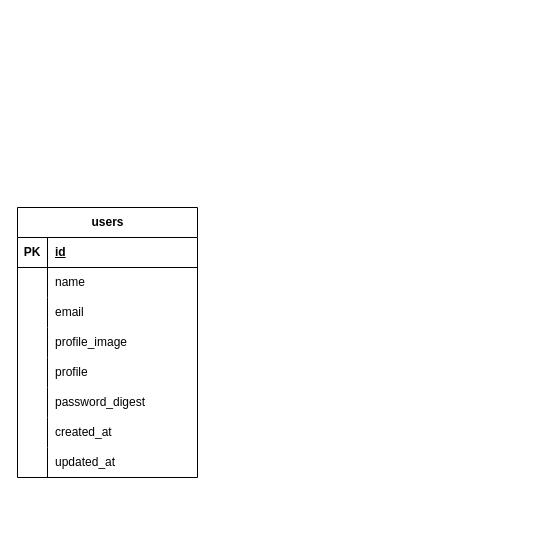
Before: ユーザー登録機能のテーブル設計.drawio in terananay/ER-, a draw.io diagram. Source tidied: cells renumbered, new cells numbered last; positions are measured from the earlier drawing's top-left corner, leaving out a move shared by most shapes. Both pictures are drawn from the tidied source at 100%, with x=0, y=0 at pixel (17, 207).
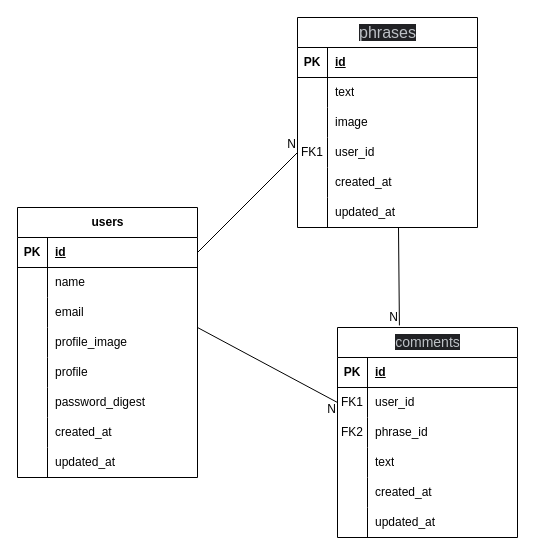
The same page after the edit.

Commit message (it also covers changes not shown here):
ユーザー登録機能のテーブル設計.drawio を更新します

Unchanged cells that the change refers to:
```xml
<mxCell id="4" style="shape=tableRow;horizontal=0;startSize=0;swimlaneHead=0;swimlaneBody=0;fillColor=none;points=[[0,0.5],[1,0.5]];portConstraint=eastwest;top=0;left=0;right=0;bottom=1;" parent="3" vertex="1">
  <mxGeometry y="30" width="180" height="30" as="geometry" />
</mxCell>
```

Diff of the diagram source:
```diff
@@
+    <mxCell id="28" parent="0" />
+    <mxCell id="29" value="&lt;span style=&quot;color: rgb(189, 193, 198); font-family: &amp;quot;Google Sans&amp;quot;, arial, sans-serif; font-size: 16px; font-style: normal; font-variant-ligatures: normal; font-variant-caps: normal; font-weight: 400; letter-spacing: normal; orphans: 2; text-align: start; text-indent: 0px; text-transform: none; widows: 2; word-spacing: 0px; -webkit-text-stroke-width: 0px; background-color: rgb(32, 33, 36); text-decoration-thickness: initial; text-decoration-style: initial; text-decoration-color: initial; float: none; display: inline !important;&quot;&gt;phrases&lt;/span&gt;" style="shape=table;startSize=30;childLayout=tableLayout;rowLines=0;fontStyle=1;align=center;html=1;" parent="28" vertex="1">
+      <mxGeometry x="280" y="-190" width="180" height="210" as="geometry" />
+    </mxCell>
+    <mxCell id="30" style="shape=tableRow;horizontal=0;startSize=0;swimlaneHead=0;swimlaneBody=0;fillColor=none;top=0;left=0;right=0;bottom=1;" parent="29" vertex="1">
+      <mxGeometry y="30" width="180" height="30" as="geometry" />
+    </mxCell>
+    <mxCell id="31" value="PK" style="shape=partialRectangle;fillColor=none;top=0;left=0;bottom=0;right=0;fontStyle=1;overflow=hidden;whiteSpace=wrap;html=1;" parent="30" vertex="1">
+      <mxGeometry width="30" height="30" as="geometry" />
+    </mxCell>
+    <mxCell id="32" value="id" style="shape=partialRectangle;fillColor=none;top=0;left=0;bottom=0;right=0;align=left;spacingLeft=6;fontStyle=5;overflow=hidden;whiteSpace=wrap;html=1;" parent="30" vertex="1">
+      <mxGeometry x="30" width="150" height="30" as="geometry" />
+    </mxCell>
+    <mxCell id="33" style="shape=tableRow;horizontal=0;startSize=0;swimlaneHead=0;swimlaneBody=0;fillColor=none;top=0;left=0;right=0;bottom=0;" parent="29" vertex="1">
+      <mxGeometry y="60" width="180" height="30" as="geometry" />
+    </mxCell>
+    <mxCell id="34" style="shape=partialRectangle;fillColor=none;top=0;left=0;bottom=0;right=0;overflow=hidden;whiteSpace=wrap;html=1;" parent="33" vertex="1">
+      <mxGeometry width="30" height="30" as="geometry" />
+    </mxCell>
+    <mxCell id="35" value="text" style="shape=partialRectangle;fillColor=none;top=0;left=0;bottom=0;right=0;align=left;spacingLeft=6;overflow=hidden;whiteSpace=wrap;html=1;" parent="33" vertex="1">
+      <mxGeometry x="30" width="150" height="30" as="geometry" />
+    </mxCell>
+    <mxCell id="36" style="shape=tableRow;horizontal=0;startSize=0;swimlaneHead=0;swimlaneBody=0;fillColor=none;top=0;left=0;right=0;bottom=0;" parent="29" vertex="1">
+      <mxGeometry y="90" width="180" height="30" as="geometry" />
+    </mxCell>
+    <mxCell id="37" style="shape=partialRectangle;fillColor=none;top=0;left=0;bottom=0;right=0;overflow=hidden;whiteSpace=wrap;html=1;" parent="36" vertex="1">
+      <mxGeometry width="30" height="30" as="geometry" />
+    </mxCell>
+    <mxCell id="38" value="image" style="shape=partialRectangle;fillColor=none;top=0;left=0;bottom=0;right=0;align=left;spacingLeft=6;overflow=hidden;whiteSpace=wrap;html=1;" parent="36" vertex="1">
+      <mxGeometry x="30" width="150" height="30" as="geometry" />
+    </mxCell>
+    <mxCell id="39" style="shape=tableRow;horizontal=0;startSize=0;swimlaneHead=0;swimlaneBody=0;fillColor=none;points=[[0,0.5],[1,0.5]];portConstraint=eastwest;top=0;left=0;right=0;bottom=0;" parent="29" vertex="1">
+      <mxGeometry y="120" width="180" height="30" as="geometry" />
+    </mxCell>
+    <mxCell id="40" value="FK1" style="shape=partialRectangle;fillColor=none;top=0;left=0;bottom=0;right=0;overflow=hidden;whiteSpace=wrap;html=1;" parent="39" vertex="1">
+      <mxGeometry width="30" height="30" as="geometry" />
+    </mxCell>
+    <mxCell id="41" value="user_id" style="shape=partialRectangle;fillColor=none;top=0;left=0;bottom=0;right=0;align=left;spacingLeft=6;overflow=hidden;whiteSpace=wrap;html=1;" parent="39" vertex="1">
+      <mxGeometry x="30" width="150" height="30" as="geometry" />
+    </mxCell>
+    <mxCell id="42" style="shape=tableRow;horizontal=0;startSize=0;swimlaneHead=0;swimlaneBody=0;fillColor=none;top=0;left=0;right=0;bottom=0;" parent="29" vertex="1">
+      <mxGeometry y="150" width="180" height="30" as="geometry" />
+    </mxCell>
+    <mxCell id="43" style="shape=partialRectangle;fillColor=none;top=0;left=0;bottom=0;right=0;overflow=hidden;whiteSpace=wrap;html=1;" parent="42" vertex="1">
+      <mxGeometry width="30" height="30" as="geometry" />
+    </mxCell>
+    <mxCell id="44" value="created_at" style="shape=partialRectangle;fillColor=none;top=0;left=0;bottom=0;right=0;align=left;spacingLeft=6;overflow=hidden;whiteSpace=wrap;html=1;" parent="42" vertex="1">
+      <mxGeometry x="30" width="150" height="30" as="geometry" />
+    </mxCell>
+    <mxCell id="45" style="shape=tableRow;horizontal=0;startSize=0;swimlaneHead=0;swimlaneBody=0;fillColor=none;top=0;left=0;right=0;bottom=0;" parent="29" vertex="1">
+      <mxGeometry y="180" width="180" height="30" as="geometry" />
+    </mxCell>
+    <mxCell id="46" style="shape=partialRectangle;fillColor=none;top=0;left=0;bottom=0;right=0;overflow=hidden;whiteSpace=wrap;html=1;" parent="45" vertex="1">
+      <mxGeometry width="30" height="30" as="geometry" />
+    </mxCell>
+    <mxCell id="47" value="updated_at" style="shape=partialRectangle;fillColor=none;top=0;left=0;bottom=0;right=0;align=left;spacingLeft=6;overflow=hidden;whiteSpace=wrap;html=1;" parent="45" vertex="1">
+      <mxGeometry x="30" width="150" height="30" as="geometry" />
+    </mxCell>
+    <mxCell id="48" style="endArrow=none;html=1;rounded=0;entryX=0;entryY=0.5;entryDx=0;entryDy=0;exitX=1;exitY=0.5;exitDx=0;exitDy=0;" parent="28" edge="1" source="4" target="39">
+      <mxGeometry relative="1" as="geometry" />
+    </mxCell>
+    <mxCell id="49" value="N" style="html=1;whiteSpace=wrap;align=right;verticalAlign=bottom;" parent="48" vertex="1">
+      <mxGeometry x="1" relative="1" as="geometry" />
+    </mxCell>
+    <mxCell id="50" parent="0" />
+    <mxCell id="51" value="&lt;span style=&quot;color: rgb(189, 193, 198); font-family: arial, sans-serif; font-size: 14px; font-style: normal; font-variant-ligatures: normal; font-variant-caps: normal; font-weight: 400; letter-spacing: normal; orphans: 2; text-align: left; text-indent: 0px; text-transform: none; widows: 2; word-spacing: 0px; -webkit-text-stroke-width: 0px; background-color: rgb(32, 33, 36); text-decoration-thickness: initial; text-decoration-style: initial; text-decoration-color: initial; float: none; display: inline !important;&quot;&gt;comments&lt;/span&gt;" style="shape=table;startSize=30;childLayout=tableLayout;rowLines=0;fontStyle=1;align=center;html=1;" parent="50" vertex="1">
+      <mxGeometry x="320" y="120" width="180" height="210" as="geometry" />
+    </mxCell>
+    <mxCell id="52" style="shape=tableRow;horizontal=0;startSize=0;swimlaneHead=0;swimlaneBody=0;fillColor=none;top=0;left=0;right=0;bottom=1;" parent="51" vertex="1">
+      <mxGeometry y="30" width="180" height="30" as="geometry" />
+    </mxCell>
+    <mxCell id="53" value="PK" style="shape=partialRectangle;fillColor=none;top=0;left=0;bottom=0;right=0;fontStyle=1;overflow=hidden;whiteSpace=wrap;html=1;" parent="52" vertex="1">
+      <mxGeometry width="30" height="30" as="geometry" />
+    </mxCell>
+    <mxCell id="54" value="id" style="shape=partialRectangle;fillColor=none;top=0;left=0;bottom=0;right=0;align=left;spacingLeft=6;fontStyle=5;overflow=hidden;whiteSpace=wrap;html=1;" parent="52" vertex="1">
+      <mxGeometry x="30" width="150" height="30" as="geometry" />
+    </mxCell>
+    <mxCell id="55" style="shape=tableRow;horizontal=0;startSize=0;swimlaneHead=0;swimlaneBody=0;fillColor=none;points=[[0,0.5],[1,0.5]];portConstraint=eastwest;top=0;left=0;right=0;bottom=0;" parent="51" vertex="1">
+      <mxGeometry y="60" width="180" height="30" as="geometry" />
+    </mxCell>
+    <mxCell id="56" value="FK1" style="shape=partialRectangle;fillColor=none;top=0;left=0;bottom=0;right=0;overflow=hidden;whiteSpace=wrap;html=1;" parent="55" vertex="1">
+      <mxGeometry width="30" height="30" as="geometry" />
+    </mxCell>
+    <mxCell id="57" value="user_id" style="shape=partialRectangle;fillColor=none;top=0;left=0;bottom=0;right=0;align=left;spacingLeft=6;overflow=hidden;whiteSpace=wrap;html=1;" parent="55" vertex="1">
+      <mxGeometry x="30" width="150" height="30" as="geometry" />
+    </mxCell>
+    <mxCell id="58" style="shape=tableRow;horizontal=0;startSize=0;swimlaneHead=0;swimlaneBody=0;fillColor=none;top=0;left=0;right=0;bottom=0;" parent="51" vertex="1">
+      <mxGeometry y="90" width="180" height="30" as="geometry" />
+    </mxCell>
+    <mxCell id="59" value="FK2" style="shape=partialRectangle;fillColor=none;top=0;left=0;bottom=0;right=0;overflow=hidden;whiteSpace=wrap;html=1;" parent="58" vertex="1">
+      <mxGeometry width="30" height="30" as="geometry" />
+    </mxCell>
+    <mxCell id="60" value="phrase_id" style="shape=partialRectangle;fillColor=none;top=0;left=0;bottom=0;right=0;align=left;spacingLeft=6;overflow=hidden;whiteSpace=wrap;html=1;" parent="58" vertex="1">
+      <mxGeometry x="30" width="150" height="30" as="geometry" />
+    </mxCell>
+    <mxCell id="61" style="shape=tableRow;horizontal=0;startSize=0;swimlaneHead=0;swimlaneBody=0;fillColor=none;top=0;left=0;right=0;bottom=0;" parent="51" vertex="1">
+      <mxGeometry y="120" width="180" height="30" as="geometry" />
+    </mxCell>
+    <mxCell id="62" style="shape=partialRectangle;fillColor=none;top=0;left=0;bottom=0;right=0;overflow=hidden;whiteSpace=wrap;html=1;" parent="61" vertex="1">
+      <mxGeometry width="30" height="30" as="geometry" />
+    </mxCell>
+    <mxCell id="63" value="text" style="shape=partialRectangle;fillColor=none;top=0;left=0;bottom=0;right=0;align=left;spacingLeft=6;overflow=hidden;whiteSpace=wrap;html=1;" parent="61" vertex="1">
+      <mxGeometry x="30" width="150" height="30" as="geometry" />
+    </mxCell>
+    <mxCell id="64" style="shape=tableRow;horizontal=0;startSize=0;swimlaneHead=0;swimlaneBody=0;fillColor=none;top=0;left=0;right=0;bottom=0;" parent="51" vertex="1">
+      <mxGeometry y="150" width="180" height="30" as="geometry" />
+    </mxCell>
+    <mxCell id="65" style="shape=partialRectangle;fillColor=none;top=0;left=0;bottom=0;right=0;overflow=hidden;whiteSpace=wrap;html=1;" parent="64" vertex="1">
+      <mxGeometry width="30" height="30" as="geometry" />
+    </mxCell>
+    <mxCell id="66" value="created_at" style="shape=partialRectangle;fillColor=none;top=0;left=0;bottom=0;right=0;align=left;spacingLeft=6;overflow=hidden;whiteSpace=wrap;html=1;" parent="64" vertex="1">
+      <mxGeometry x="30" width="150" height="30" as="geometry" />
+    </mxCell>
+    <mxCell id="67" style="shape=tableRow;horizontal=0;startSize=0;swimlaneHead=0;swimlaneBody=0;fillColor=none;top=0;left=0;right=0;bottom=0;" parent="51" vertex="1">
+      <mxGeometry y="180" width="180" height="30" as="geometry" />
+    </mxCell>
+    <mxCell id="68" style="shape=partialRectangle;fillColor=none;top=0;left=0;bottom=0;right=0;overflow=hidden;whiteSpace=wrap;html=1;" parent="67" vertex="1">
+      <mxGeometry width="30" height="30" as="geometry" />
+    </mxCell>
+    <mxCell id="69" value="updated_at" style="shape=partialRectangle;fillColor=none;top=0;left=0;bottom=0;right=0;align=left;spacingLeft=6;overflow=hidden;whiteSpace=wrap;html=1;" parent="67" vertex="1">
+      <mxGeometry x="30" width="150" height="30" as="geometry" />
+    </mxCell>
+    <mxCell id="70" style="endArrow=none;html=1;rounded=0;exitX=1;exitY=0.5;exitDx=0;exitDy=0;entryX=0;entryY=0.5;entryDx=0;entryDy=0;" parent="50" edge="1" target="55">
+      <mxGeometry relative="1" as="geometry">
+        <mxPoint x="180" y="120" as="sourcePoint" />
+      </mxGeometry>
+    </mxCell>
+    <mxCell id="71" value="N" style="html=1;whiteSpace=wrap;align=right;verticalAlign=bottom;" parent="70" vertex="1">
+      <mxGeometry x="1" relative="1" as="geometry">
+        <mxPoint y="15" as="offset" />
+      </mxGeometry>
+    </mxCell>
+    <mxCell id="72" style="endArrow=none;html=1;rounded=0;entryX=0.344;entryY=-0.01;entryDx=0;entryDy=0;entryPerimeter=0;" parent="50" edge="1" target="51">
+      <mxGeometry relative="1" as="geometry">
+        <mxPoint x="381" y="20" as="sourcePoint" />
+      </mxGeometry>
+    </mxCell>
+    <mxCell id="73" value="N" style="html=1;whiteSpace=wrap;align=right;verticalAlign=bottom;" parent="72" vertex="1">
+      <mxGeometry x="1" relative="1" as="geometry" />
+    </mxCell>
```
